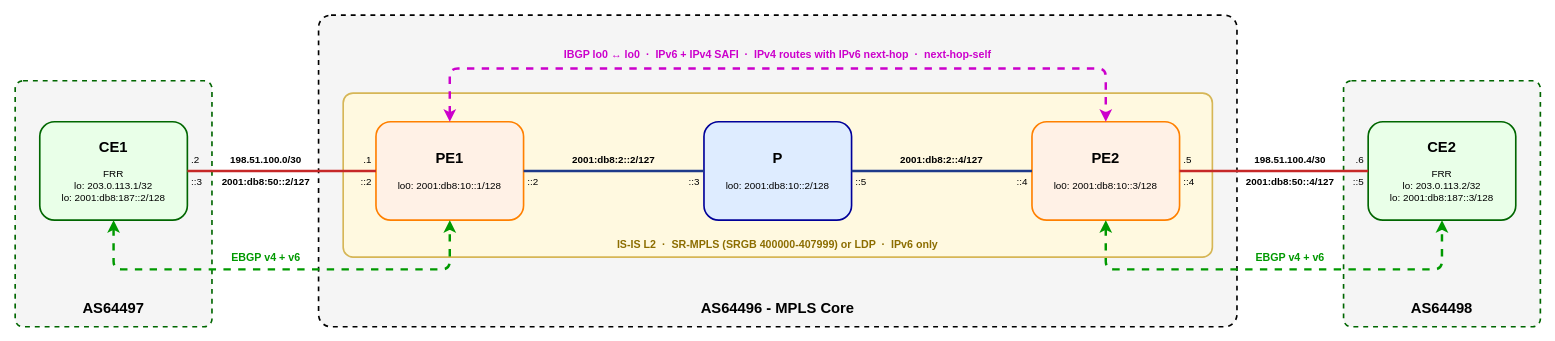
topranks/v6mpls keeps this draw.io diagram as diagram/v6mpls_lab.drawio. Above is the earlier version. Source tidied: cells renumbered, new cells numbered last; positions are measured from the earlier drawing's top-left corner, leaving out a move shared by most shapes. Both pictures are drawn from the tidied source at 82%, with x=0, y=0 at pixel (15, 15).
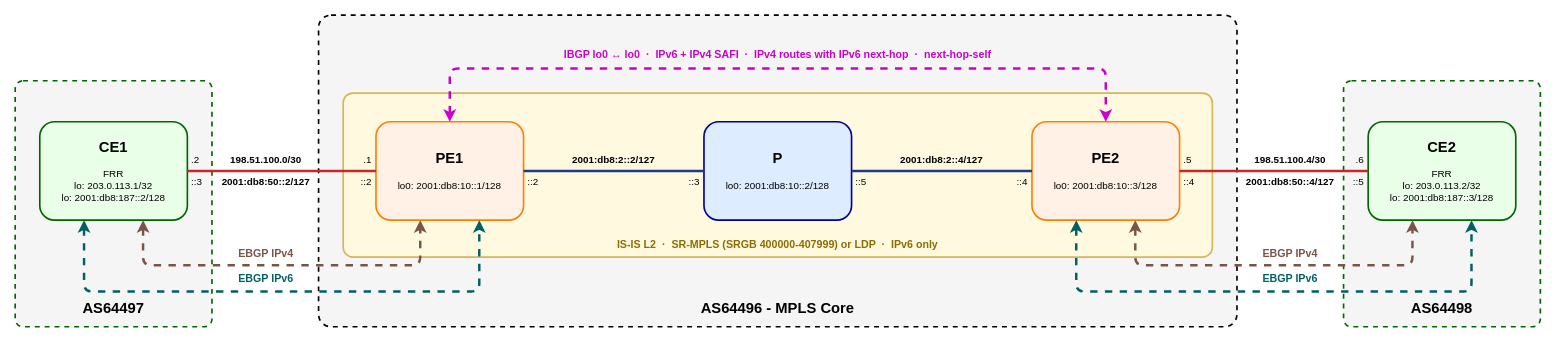
After the change.

Commit message (it also covers changes not shown here):
updated diagrams, added pcaps

Unchanged cells that the change refers to:
```xml
<mxCell id="6" value="&lt;b style=&quot;font-size:18px&quot;&gt;CE1&lt;/b&gt;&lt;br&gt;&lt;br&gt;FRR&lt;br&gt;lo: 203.0.113.1/32&lt;br&gt;lo: 2001:db8:187::2/128" style="rounded=1;whiteSpace=wrap;html=1;strokeWidth=2;fontSize=12;verticalAlign=middle;fillColor=#E9FFE8;strokeColor=#006600;" parent="1" vertex="1">
  <mxGeometry x="30" y="130" width="180" height="120" as="geometry" />
</mxCell>
<mxCell id="7" value="&lt;b style=&quot;font-size:18px&quot;&gt;PE1&lt;/b&gt;&lt;br&gt;&lt;br&gt;lo0: 2001:db8:10::1/128" style="rounded=1;whiteSpace=wrap;html=1;strokeWidth=2;fontSize=12;verticalAlign=middle;fillColor=#FFF1E6;strokeColor=#FF8000;" parent="1" vertex="1">
  <mxGeometry x="440" y="130" width="180" height="120" as="geometry" />
</mxCell>
<mxCell id="9" value="&lt;b style=&quot;font-size:18px&quot;&gt;PE2&lt;/b&gt;&lt;br&gt;&lt;br&gt;lo0: 2001:db8:10::3/128" style="rounded=1;whiteSpace=wrap;html=1;strokeWidth=2;fontSize=12;verticalAlign=middle;fillColor=#FFF1E6;strokeColor=#FF8000;" parent="1" vertex="1">
  <mxGeometry x="1240" y="130" width="180" height="120" as="geometry" />
</mxCell>
<mxCell id="10" value="&lt;b style=&quot;font-size:18px&quot;&gt;CE2&lt;/b&gt;&lt;br&gt;&lt;br&gt;FRR&lt;br&gt;lo: 203.0.113.2/32&lt;br&gt;lo: 2001:db8:187::3/128" style="rounded=1;whiteSpace=wrap;html=1;strokeWidth=2;fontSize=12;verticalAlign=middle;fillColor=#E9FFE8;strokeColor=#006600;" parent="1" vertex="1">
  <mxGeometry x="1650" y="130" width="180" height="120" as="geometry" />
</mxCell>
```

Change to the diagram source:
```diff
@@
-    <mxCell id="35" style="endArrow=classic;startArrow=classic;html=1;rounded=1;strokeWidth=3;dashed=1;strokeColor=#009900;endFill=1;startFill=1;exitX=0.5;exitY=1;entryX=0.5;entryY=1;" parent="1" edge="1" source="6" target="7">
+    <mxCell id="35" style="endArrow=classic;startArrow=classic;html=1;rounded=1;strokeWidth=3;dashed=1;strokeColor=#795548;endFill=1;startFill=1;exitX=0.7;exitY=1;entryX=0.3;entryY=1;" parent="1" edge="1" source="6" target="7">
       <mxGeometry relative="1" as="geometry">
         <Array as="points">
-          <mxPoint x="120" y="310" />
-          <mxPoint x="530" y="310" />
+          <mxPoint x="156" y="305" />
+          <mxPoint x="494" y="305" />
         </Array>
       </mxGeometry>
     </mxCell>
+    <mxCell id="39" style="endArrow=classic;startArrow=classic;html=1;rounded=1;strokeWidth=3;dashed=1;strokeColor=#006064;endFill=1;startFill=1;exitX=0.3;exitY=1;entryX=0.7;entryY=1;" parent="1" edge="1" source="6" target="7">
+      <mxGeometry relative="1" as="geometry">
+        <Array as="points">
+          <mxPoint x="84" y="337" />
+          <mxPoint x="566" y="337" />
+        </Array>
+      </mxGeometry>
+    </mxCell>
-    <mxCell id="36" style="endArrow=classic;startArrow=classic;html=1;rounded=1;strokeWidth=3;dashed=1;strokeColor=#009900;endFill=1;startFill=1;exitX=0.5;exitY=1;entryX=0.5;entryY=1;" parent="1" edge="1" source="9" target="10">
+    <mxCell id="36" style="endArrow=classic;startArrow=classic;html=1;rounded=1;strokeWidth=3;dashed=1;strokeColor=#795548;endFill=1;startFill=1;exitX=0.7;exitY=1;entryX=0.3;entryY=1;" parent="1" edge="1" source="9" target="10">
       <mxGeometry relative="1" as="geometry">
         <Array as="points">
-          <mxPoint x="1330" y="310" />
-          <mxPoint x="1740" y="310" />
+          <mxPoint x="1366" y="305" />
+          <mxPoint x="1704" y="305" />
         </Array>
       </mxGeometry>
     </mxCell>
+    <mxCell id="40" style="endArrow=classic;startArrow=classic;html=1;rounded=1;strokeWidth=3;dashed=1;strokeColor=#006064;endFill=1;startFill=1;exitX=0.3;exitY=1;entryX=0.7;entryY=1;" parent="1" edge="1" source="9" target="10">
+      <mxGeometry relative="1" as="geometry">
+        <Array as="points">
+          <mxPoint x="1294" y="337" />
+          <mxPoint x="1776" y="337" />
+        </Array>
+      </mxGeometry>
+    </mxCell>
-    <mxCell id="37" value="EBGP v4 + v6" style="text;html=1;strokeColor=none;fillColor=none;whiteSpace=wrap;rounded=0;verticalAlign=middle;align=center;fontSize=13;fontStyle=1;fontColor=#009900;" parent="1" vertex="1">
-      <mxGeometry x="196" y="283" width="220" height="24" as="geometry" />
+    <mxCell id="37" value="EBGP IPv4" style="text;html=1;strokeColor=none;fillColor=none;whiteSpace=wrap;rounded=0;verticalAlign=middle;align=center;fontSize=13;fontStyle=1;fontColor=#795548;" parent="1" vertex="1">
+      <mxGeometry x="196" y="279" width="220" height="24" as="geometry" />
     </mxCell>
+    <mxCell id="41" value="EBGP IPv6" style="text;html=1;strokeColor=none;fillColor=none;whiteSpace=wrap;rounded=0;verticalAlign=middle;align=center;fontSize=13;fontStyle=1;fontColor=#006064;" parent="1" vertex="1">
+      <mxGeometry x="196" y="309" width="220" height="24" as="geometry" />
+    </mxCell>
-    <mxCell id="38" value="EBGP v4 + v6" style="text;html=1;strokeColor=none;fillColor=none;whiteSpace=wrap;rounded=0;verticalAlign=middle;align=center;fontSize=13;fontStyle=1;fontColor=#009900;" parent="1" vertex="1">
-      <mxGeometry x="1445" y="283" width="220" height="24" as="geometry" />
+    <mxCell id="38" value="EBGP IPv4" style="text;html=1;strokeColor=none;fillColor=none;whiteSpace=wrap;rounded=0;verticalAlign=middle;align=center;fontSize=13;fontStyle=1;fontColor=#795548;" parent="1" vertex="1">
+      <mxGeometry x="1445" y="279" width="220" height="24" as="geometry" />
     </mxCell>
+    <mxCell id="42" value="EBGP IPv6" style="text;html=1;strokeColor=none;fillColor=none;whiteSpace=wrap;rounded=0;verticalAlign=middle;align=center;fontSize=13;fontStyle=1;fontColor=#006064;" parent="1" vertex="1">
+      <mxGeometry x="1445" y="309" width="220" height="24" as="geometry" />
+    </mxCell>
```
